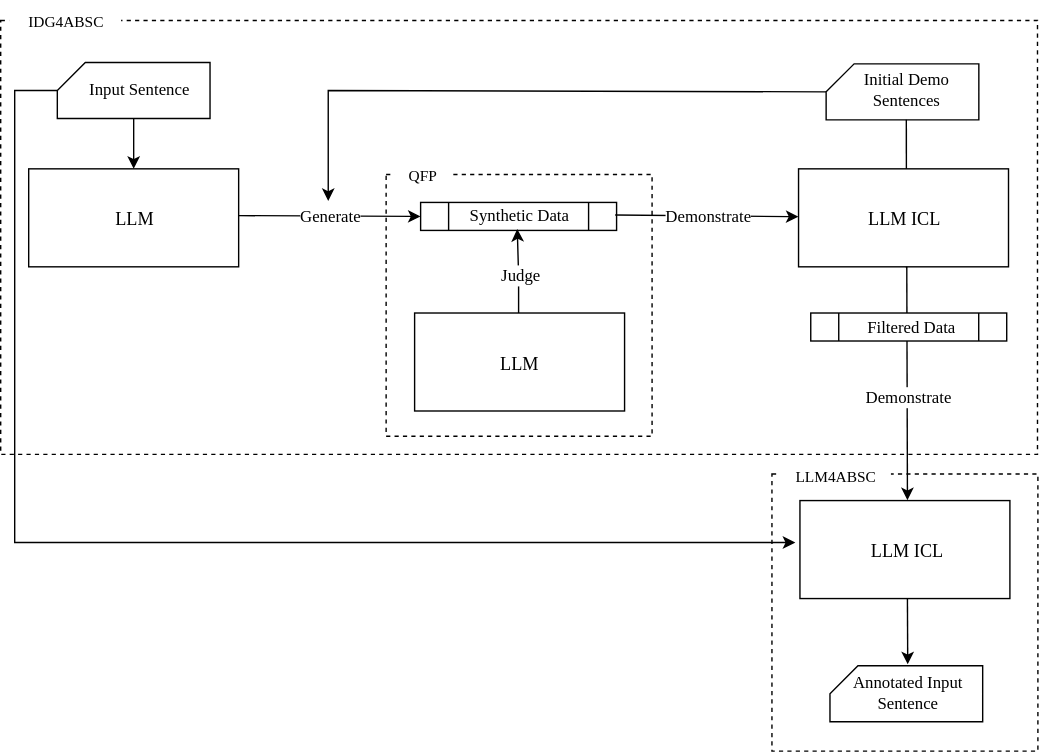
The draw.io diagram thesis_flow.drawio.svg in sara-kaczmarek/LLMB4ABSC, before a commit. Source tidied: cells renumbered, new cells last; positions are measured from the earlier drawing's top-left corner, leaving out a move shared by most shapes.
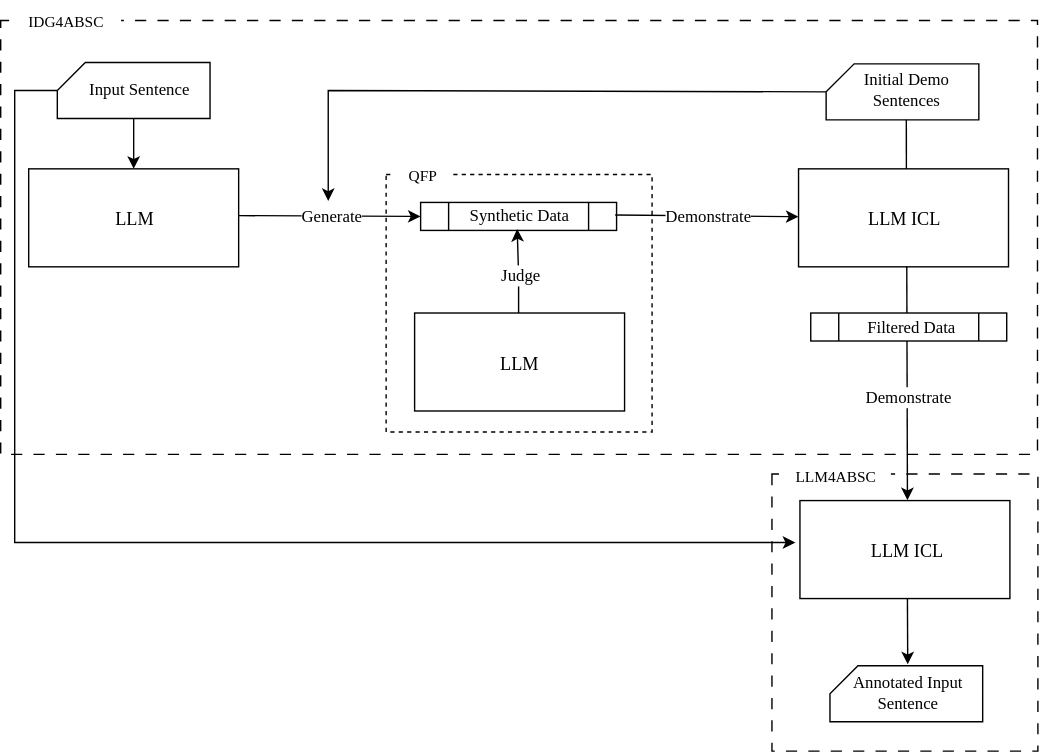
The same diagram one commit later.

Change to the diagram source:
```diff
@@ -2,7 +2,7 @@
   <root>
     <mxCell id="0" />
     <mxCell id="1" parent="0" />
-    <mxCell id="2" style="verticalLabelPosition=bottom;verticalAlign=top;html=1;shape=mxgraph.basic.rect;fillColor2=none;strokeWidth=1;size=20;indent=5;fillColor=none;dashed=1;" parent="1" vertex="1">
+    <mxCell id="2" style="verticalLabelPosition=bottom;verticalAlign=top;html=1;shape=mxgraph.basic.rect;fillColor2=none;strokeWidth=1;size=20;indent=5;fillColor=none;dashed=1;dashPattern=8 8;" parent="1" vertex="1">
       <mxGeometry y="14" width="740.7" height="310" as="geometry" />
     </mxCell>
     <mxCell id="3" style="endArrow=classic;html=1;rounded=0;exitX=0;exitY=0;exitDx=0;exitDy=20;exitPerimeter=0;" parent="1" edge="1" source="11">
@@ -95,7 +95,7 @@
     <mxCell id="28" style="group;" parent="1" vertex="1">
       <mxGeometry x="573" y="346" width="169" height="190" as="geometry" />
     </mxCell>
-    <mxCell id="29" style="verticalLabelPosition=bottom;verticalAlign=top;html=1;shape=mxgraph.basic.rect;fillColor2=none;strokeWidth=1;size=20;indent=5;fillColor=none;dashed=1;" parent="28" vertex="1">
+    <mxCell id="29" style="verticalLabelPosition=bottom;verticalAlign=top;html=1;shape=mxgraph.basic.rect;fillColor2=none;strokeWidth=1;size=20;indent=5;fillColor=none;dashed=1;dashPattern=8 8;" parent="28" vertex="1">
       <mxGeometry x="-22" y="-8" width="190" height="198" as="geometry" />
     </mxCell>
     <mxCell id="30" style="rounded=0;whiteSpace=wrap;html=1;" parent="28" vertex="1">
@@ -145,7 +145,7 @@
       <mxGeometry x="6" width="80" height="30" as="geometry" />
     </mxCell>
     <mxCell id="41" style="verticalLabelPosition=bottom;verticalAlign=top;html=1;shape=mxgraph.basic.rect;fillColor2=none;strokeWidth=1;size=20;indent=5;fillColor=none;dashed=1;" parent="1" vertex="1">
-      <mxGeometry x="275.4" y="124" width="190" height="187" as="geometry" />
+      <mxGeometry x="275.4" y="124" width="190" height="184" as="geometry" />
     </mxCell>
     <mxCell id="42" value="&lt;font style=&quot;background-color: light-dark(#ffffff, var(--ge-dark-color, #121212)); font-size: 11px;&quot; face=&quot;Times New Roman&quot;&gt;QFP&lt;/font&gt;" style="text;html=1;align=center;verticalAlign=middle;strokeColor=none;fillColor=default;" parent="1" vertex="1">
       <mxGeometry x="281" y="110" width="40" height="30" as="geometry" />
```
